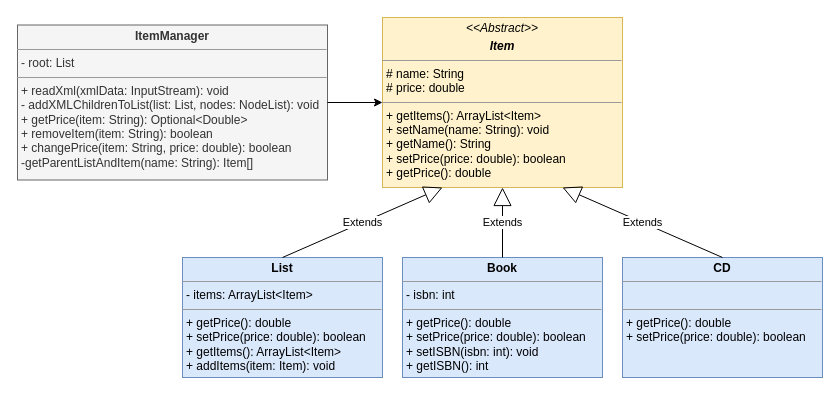
Above: docs/composite/img/a4_uml.drawio in Johannes-Baischer/SE-Assignments (draw.io), before the change. Source tidied: cells renumbered, new cells numbered last; positions are measured from the earlier drawing's top-left corner, leaving out a move shared by most shapes. Both pictures are drawn from the tidied source at 100%, with x=0, y=0 at pixel (17, 17).
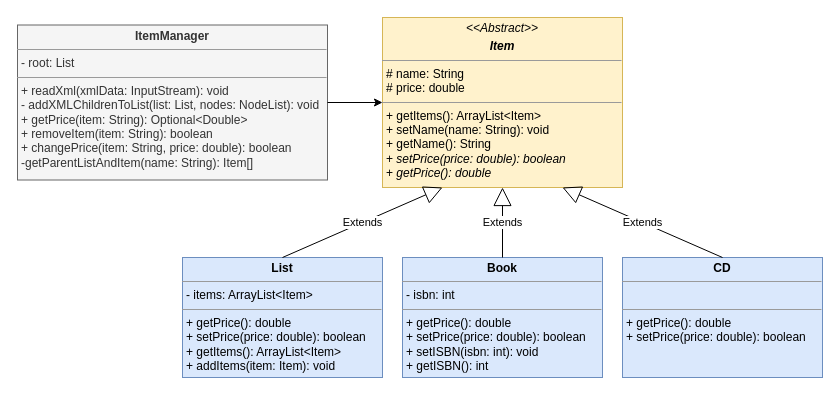
The same diagram, later.

The edit, as a diff of the source:
```diff
@@
 <mxGraphModel>
   <root>
     <mxCell id="0" />
     <mxCell id="1" parent="0" />
-    <mxCell id="2" value="&lt;p style=&quot;margin:0px;margin-top:4px;text-align:center;&quot;&gt;&lt;i&gt;&amp;lt;&amp;lt;Abstract&amp;gt;&amp;gt;&lt;/i&gt;&lt;/p&gt;&lt;p style=&quot;margin:0px;margin-top:4px;text-align:center;&quot;&gt;&lt;i&gt;&lt;b&gt;Item&lt;/b&gt;&lt;/i&gt;&lt;br&gt;&lt;/p&gt;&lt;hr size=&quot;1&quot;&gt;&lt;p style=&quot;margin:0px;margin-left:4px;&quot;&gt;# name: String&lt;/p&gt;&lt;p style=&quot;margin:0px;margin-left:4px;&quot;&gt;# price: double&lt;br&gt;&lt;/p&gt;&lt;hr size=&quot;1&quot;&gt;&lt;p style=&quot;margin:0px;margin-left:4px;&quot;&gt;+ getItems(): ArrayList&amp;lt;Item&amp;gt;&lt;/p&gt;&lt;p style=&quot;margin:0px;margin-left:4px;&quot;&gt;+ setName(name: String): void&lt;/p&gt;&lt;p style=&quot;margin:0px;margin-left:4px;&quot;&gt;+ getName(): String&lt;/p&gt;&lt;p style=&quot;margin:0px;margin-left:4px;&quot;&gt;+ setPrice(price: double): boolean&lt;/p&gt;&lt;p style=&quot;margin:0px;margin-left:4px;&quot;&gt;+ getPrice(): double&lt;br&gt;&lt;/p&gt;" style="verticalAlign=top;align=left;overflow=fill;fontSize=12;fontFamily=Helvetica;html=1;fillColor=#fff2cc;strokeColor=#d6b656;" parent="1" vertex="1">
+    <mxCell id="2" value="&lt;p style=&quot;margin:0px;margin-top:4px;text-align:center;&quot;&gt;&lt;i&gt;&amp;lt;&amp;lt;Abstract&amp;gt;&amp;gt;&lt;/i&gt;&lt;/p&gt;&lt;p style=&quot;margin:0px;margin-top:4px;text-align:center;&quot;&gt;&lt;i&gt;&lt;b&gt;Item&lt;/b&gt;&lt;/i&gt;&lt;br&gt;&lt;/p&gt;&lt;hr size=&quot;1&quot;&gt;&lt;p style=&quot;margin:0px;margin-left:4px;&quot;&gt;# name: String&lt;/p&gt;&lt;p style=&quot;margin:0px;margin-left:4px;&quot;&gt;# price: double&lt;br&gt;&lt;/p&gt;&lt;hr size=&quot;1&quot;&gt;&lt;p style=&quot;margin:0px;margin-left:4px;&quot;&gt;+ getItems(): ArrayList&amp;lt;Item&amp;gt;&lt;/p&gt;&lt;p style=&quot;margin:0px;margin-left:4px;&quot;&gt;+ setName(name: String): void&lt;/p&gt;&lt;p style=&quot;margin:0px;margin-left:4px;&quot;&gt;+ getName(): String&lt;/p&gt;&lt;p style=&quot;margin:0px;margin-left:4px;&quot;&gt;+ &lt;i&gt;setPrice(price: double): boolean&lt;/i&gt;&lt;/p&gt;&lt;p style=&quot;margin:0px;margin-left:4px;&quot;&gt;+ &lt;i&gt;getPrice(): double&lt;/i&gt;&lt;br&gt;&lt;/p&gt;" style="verticalAlign=top;align=left;overflow=fill;fontSize=12;fontFamily=Helvetica;html=1;fillColor=#fff2cc;strokeColor=#d6b656;" parent="1" vertex="1">
       <mxGeometry x="365" width="240" height="170" as="geometry" />
     </mxCell>
     <mxCell id="3" value="&lt;p style=&quot;margin:0px;margin-top:4px;text-align:center;&quot;&gt;&lt;b&gt;List&lt;/b&gt;&lt;br&gt;&lt;/p&gt;&lt;hr size=&quot;1&quot;&gt;&lt;p style=&quot;margin:0px;margin-left:4px;&quot;&gt;- items: ArrayList&amp;lt;Item&amp;gt;&lt;br&gt;&lt;/p&gt;&lt;hr size=&quot;1&quot;&gt;&lt;p style=&quot;margin:0px;margin-left:4px;&quot;&gt;+ getPrice(): double&lt;/p&gt;&lt;p style=&quot;margin:0px;margin-left:4px;&quot;&gt;+ setPrice(price: double): boolean&lt;/p&gt;&lt;p style=&quot;margin:0px;margin-left:4px;&quot;&gt;+ getItems(): ArrayList&amp;lt;Item&amp;gt;&lt;/p&gt;&lt;p style=&quot;margin:0px;margin-left:4px;&quot;&gt;+ addItems(item: Item): void&lt;br&gt;&lt;/p&gt;" style="verticalAlign=top;align=left;overflow=fill;fontSize=12;fontFamily=Helvetica;html=1;fillColor=#dae8fc;strokeColor=#6c8ebf;" parent="1" vertex="1">
       <mxGeometry x="165" y="240" width="200" height="120" as="geometry" />
     </mxCell>
     <mxCell id="4" value="&lt;p style=&quot;margin:0px;margin-top:4px;text-align:center;&quot;&gt;&lt;b&gt;Book&lt;/b&gt;&lt;br&gt;&lt;/p&gt;&lt;hr size=&quot;1&quot;&gt;&lt;p style=&quot;margin:0px;margin-left:4px;&quot;&gt;- isbn: int&lt;br&gt;&lt;/p&gt;&lt;hr size=&quot;1&quot;&gt;&lt;p style=&quot;margin:0px;margin-left:4px;&quot;&gt;+ getPrice(): double&lt;/p&gt;&lt;p style=&quot;margin:0px;margin-left:4px;&quot;&gt;+ setPrice(price: double): boolean&lt;/p&gt;&lt;p style=&quot;margin:0px;margin-left:4px;&quot;&gt;+ setISBN(isbn: int): void&lt;/p&gt;&lt;p style=&quot;margin:0px;margin-left:4px;&quot;&gt;+ getISBN(): int&lt;br&gt;&lt;/p&gt;" style="verticalAlign=top;align=left;overflow=fill;fontSize=12;fontFamily=Helvetica;html=1;fillColor=#dae8fc;strokeColor=#6c8ebf;" parent="1" vertex="1">
       <mxGeometry x="385" y="240" width="200" height="120" as="geometry" />
     </mxCell>
     <mxCell id="5" value="&lt;p style=&quot;margin:0px;margin-top:4px;text-align:center;&quot;&gt;&lt;b&gt;CD&lt;/b&gt;&lt;br&gt;&lt;/p&gt;&lt;hr size=&quot;1&quot;&gt;&lt;p style=&quot;margin:0px;margin-left:4px;&quot;&gt;&lt;br&gt;&lt;/p&gt;&lt;hr size=&quot;1&quot;&gt;&lt;p style=&quot;margin:0px;margin-left:4px;&quot;&gt;+ getPrice(): double&lt;/p&gt;&lt;p style=&quot;margin:0px;margin-left:4px;&quot;&gt;+ setPrice(price: double): boolean&lt;/p&gt;" style="verticalAlign=top;align=left;overflow=fill;fontSize=12;fontFamily=Helvetica;html=1;fillColor=#dae8fc;strokeColor=#6c8ebf;" parent="1" vertex="1">
       <mxGeometry x="605" y="240" width="200" height="120" as="geometry" />
     </mxCell>
     <mxCell id="6" value="&lt;p style=&quot;margin:0px;margin-top:4px;text-align:center;&quot;&gt;&lt;b&gt;ItemManager&lt;/b&gt;&lt;/p&gt;&lt;hr size=&quot;1&quot;&gt;&lt;p style=&quot;margin:0px;margin-left:4px;&quot;&gt;- root: List&lt;br&gt;&lt;/p&gt;&lt;hr size=&quot;1&quot;&gt;&lt;p style=&quot;margin:0px;margin-left:4px;&quot;&gt;+ readXml(xmlData: InputStream): void&lt;/p&gt;&lt;p style=&quot;margin:0px;margin-left:4px;&quot;&gt;- addXMLChildrenToList(list: List, nodes: NodeList): void&lt;/p&gt;&lt;p style=&quot;margin:0px;margin-left:4px;&quot;&gt;+ getPrice(item: String): Optional&amp;lt;Double&amp;gt;&lt;/p&gt;&lt;p style=&quot;margin:0px;margin-left:4px;&quot;&gt;+ removeItem(item: String): boolean&lt;/p&gt;&lt;p style=&quot;margin:0px;margin-left:4px;&quot;&gt;+ changePrice(item: String, price: double): boolean&lt;/p&gt;&lt;p style=&quot;margin:0px;margin-left:4px;&quot;&gt;-getParentListAndItem(name: String): Item[]&lt;br&gt;&lt;/p&gt;" style="verticalAlign=top;align=left;overflow=fill;fontSize=12;fontFamily=Helvetica;html=1;fillColor=#f5f5f5;fontColor=#333333;strokeColor=#666666;" parent="1" vertex="1">
       <mxGeometry y="7.5" width="310" height="155" as="geometry" />
     </mxCell>
     <mxCell id="7" style="endArrow=classic;html=1;rounded=0;exitX=1;exitY=0.5;exitDx=0;exitDy=0;entryX=0;entryY=0.5;entryDx=0;entryDy=0;" parent="1" edge="1" source="6" target="2">
       <mxGeometry relative="1" as="geometry" />
     </mxCell>
     <mxCell id="8" value="Extends" style="endArrow=block;endSize=16;endFill=0;html=1;rounded=0;exitX=0.5;exitY=0;exitDx=0;exitDy=0;entryX=0.25;entryY=1;entryDx=0;entryDy=0;" parent="1" edge="1" source="3" target="2">
       <mxGeometry relative="1" as="geometry" />
     </mxCell>
     <mxCell id="9" value="Extends" style="endArrow=block;endSize=16;endFill=0;html=1;rounded=0;entryX=0.5;entryY=1;entryDx=0;entryDy=0;exitX=0.5;exitY=0;exitDx=0;exitDy=0;" parent="1" edge="1" source="4" target="2">
       <mxGeometry relative="1" as="geometry" />
     </mxCell>
     <mxCell id="10" value="Extends" style="endArrow=block;endSize=16;endFill=0;html=1;rounded=0;entryX=0.75;entryY=1;entryDx=0;entryDy=0;exitX=0.5;exitY=0;exitDx=0;exitDy=0;" parent="1" edge="1" source="5" target="2">
       <mxGeometry relative="1" as="geometry" />
     </mxCell>
   </root>
 </mxGraphModel>
```
